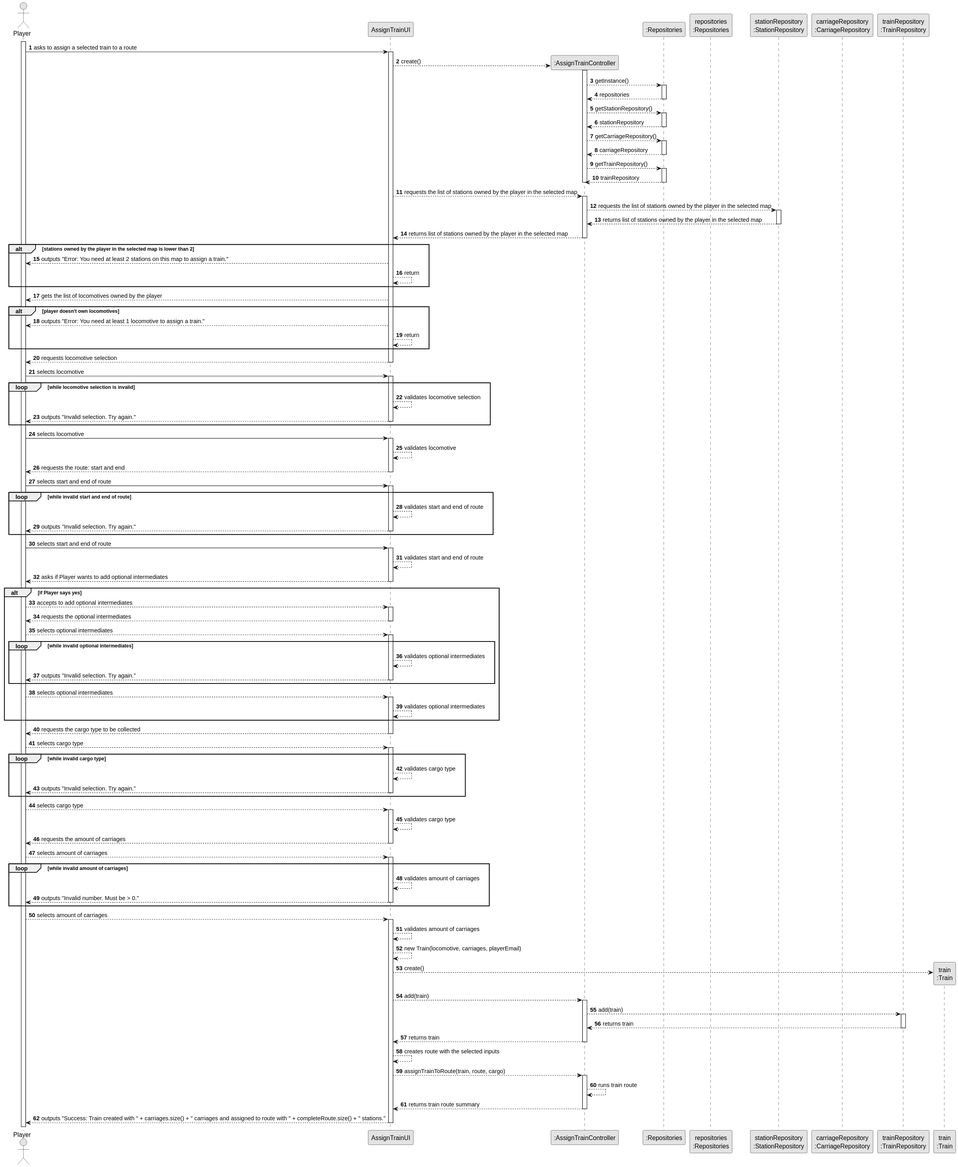
Above: docs/system-documentation/US010/03.design/svg/US010-SD.svg in goncalolopesp/sem2-pi-24.25-g093-repo (PlantUML), before the change.
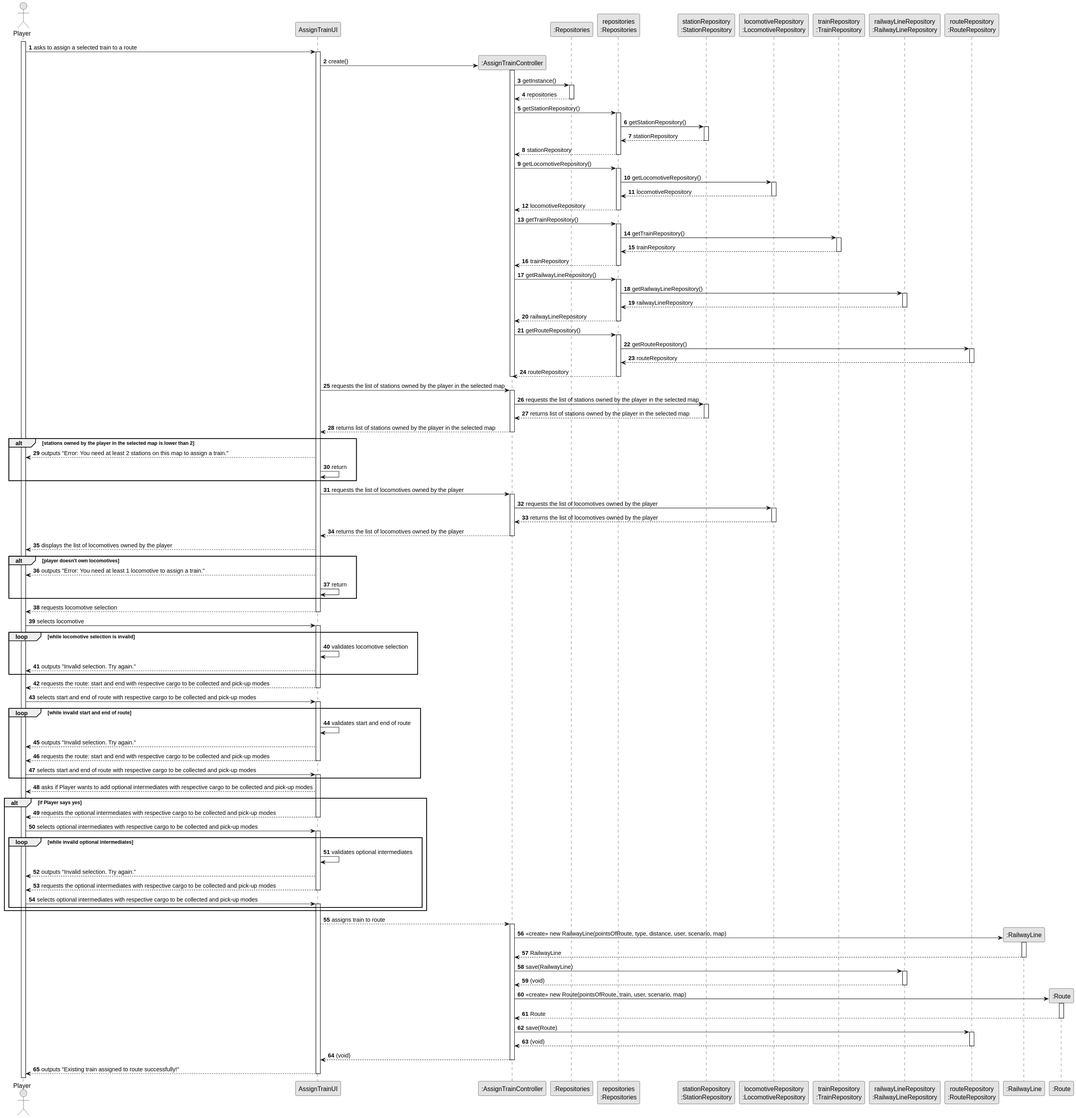
The same diagram one commit later.

Commit message:
US010 (docs) - Updated the full sequence diagram

Diff of the diagram source:
```diff
@@ -18,41 +18,87 @@
 participant ":Repositories" as repositories
 participant "repositories\n:Repositories" as repo
 participant "stationRepository\n:StationRepository" as srepo
-participant "carriageRepository\n:CarriageRepository" as crepo
+participant "locomotiveRepository\n:LocomotiveRepository" as lrepo
 participant "trainRepository\n:TrainRepository" as trepo
+participant "railwayLineRepository\n:RailwayLineRepository" as rlrepo
+participant "routeRepository\n:RouteRepository" as rrepo
+participant ":RailwayLine" as rl
+participant ":Route" as route
 
-atui --> atc : create()
+atui -> atc : create()
 activate atc
 
-atc --> repositories : getInstance()
+atc -> repositories : getInstance()
 activate repositories
 
 repositories --> atc : repositories
 deactivate repositories
 
-atc --> repositories : getStationRepository()
-activate repositories
+atc -> repo : getStationRepository()
+activate repo
 
-repositories --> atc : stationRepository
-deactivate repositories
+repo -> srepo : getStationRepository()
+activate srepo
 
-atc --> repositories : getCarriageRepository()
-activate repositories
+srepo --> repo : stationRepository
+deactivate srepo
 
-repositories --> atc : carriageRepository
-deactivate repositories
+repo --> atc : stationRepository
+deactivate repo
 
-atc --> repositories : getTrainRepository()
-activate repositories
+atc -> repo : getLocomotiveRepository()
+activate repo
 
-repositories --> atc : trainRepository
-deactivate repositories
+repo -> lrepo : getLocomotiveRepository()
+activate lrepo
+
+lrepo --> repo : locomotiveRepository
+deactivate lrepo
+
+repo --> atc : locomotiveRepository
+deactivate repo
+
+atc -> repo : getTrainRepository()
+activate repo
+
+repo -> trepo : getTrainRepository()
+activate trepo
+
+trepo --> repo : trainRepository
+deactivate trepo
+
+repo --> atc : trainRepository
+deactivate repo
+
+atc -> repo : getRailwayLineRepository()
+activate repo
+
+repo -> rlrepo : getRailwayLineRepository()
+activate rlrepo
+
+rlrepo --> repo : railwayLineRepository
+deactivate rlrepo
+
+repo --> atc : railwayLineRepository
+deactivate repo
+
+atc -> repo : getRouteRepository()
+activate repo
+
+repo -> rrepo : getRouteRepository()
+activate rrepo
+
+rrepo --> repo : routeRepository
+deactivate rrepo
+
+repo --> atc : routeRepository
+deactivate repo
 deactivate atc
 
-atui --> atc : requests the list of stations owned by the player in the selected map
+atui -> atc : requests the list of stations owned by the player in the selected map
 activate atc
 
-atc --> srepo : requests the list of stations owned by the player in the selected map
+atc -> srepo : requests the list of stations owned by the player in the selected map
 activate srepo
 
 srepo --> atc : returns list of stations owned by the player in the selected map
@@ -63,14 +109,26 @@
 
 alt stations owned by the player in the selected map is lower than 2
     atui --> Player : outputs "Error: You need at least 2 stations on this map to assign a train."
-    atui --> atui : return
+    atui -> atui : return
 end
 
-atui --> Player : gets the list of locomotives owned by the player
+atui -> atc : requests the list of locomotives owned by the player
+activate atc
+
+atc -> lrepo : requests the list of locomotives owned by the player
+activate lrepo
+
+lrepo --> atc : returns the list of locomotives owned by the player
+deactivate lrepo
+
+atc --> atui : returns the list of locomotives owned by the player
+deactivate atc
+
+atui --> Player : displays the list of locomotives owned by the player
 
 alt player doesn't own locomotives
     atui --> Player : outputs "Error: You need at least 1 locomotive to assign a train."
-    atui --> atui : return
+    atui -> atui : return
 end
 
 atui --> Player : requests locomotive selection
@@ -80,113 +138,77 @@
 activate atui
 
 loop while locomotive selection is invalid
-    atui --> atui : validates locomotive selection
+    atui -> atui : validates locomotive selection
     atui --> Player : outputs "Invalid selection. Try again."
-    deactivate atui
 end
 
-Player -> atui : selects locomotive
-activate atui
-
-atui --> atui : validates locomotive
-atui --> Player : requests the route: start and end
+atui --> Player : requests the route: start and end with respective cargo to be collected and pick-up modes
 deactivate atui
 
-Player -> atui : selects start and end of route
+Player -> atui : selects start and end of route with respective cargo to be collected and pick-up modes
 activate atui
 
 loop while invalid start and end of route
-    atui --> atui : validates start and end of route
+    atui -> atui : validates start and end of route
     atui --> Player : outputs "Invalid selection. Try again."
+    atui --> Player : requests the route: start and end with respective cargo to be collected and pick-up modes
     deactivate atui
+
+    Player -> atui : selects start and end of route with respective cargo to be collected and pick-up modes
+    activate atui
 end
 
-Player -> atui : selects start and end of route
-activate atui
-
-atui --> atui : validates start and end of route
-atui --> Player : asks if Player wants to add optional intermediates
-deactivate atui
+atui --> Player : asks if Player wants to add optional intermediates with respective cargo to be collected and pick-up modes
 
 alt if Player says yes
-    Player --> atui : accepts to add optional intermediates
-    activate atui
 
-    atui --> Player : requests the optional intermediates
+    atui --> Player : requests the optional intermediates with respective cargo to be collected and pick-up modes
     deactivate atui
 
-    Player --> atui : selects optional intermediates
+    Player -> atui : selects optional intermediates with respective cargo to be collected and pick-up modes
     activate atui
 
     loop while invalid optional intermediates
-        atui --> atui : validates optional intermediates
+        atui -> atui : validates optional intermediates
         atui --> Player : outputs "Invalid selection. Try again."
+        atui --> Player : requests the optional intermediates with respective cargo to be collected and pick-up modes
         deactivate atui
+
+        Player -> atui : selects optional intermediates with respective cargo to be collected and pick-up modes
+        activate atui
     end
-
-    Player --> atui : selects optional intermediates
-    activate atui
-
-    atui --> atui : validates optional intermediates
 end
 
-atui --> Player : requests the cargo type to be collected
-deactivate atui
-
-Player --> atui : selects cargo type
-activate atui
-
-loop while invalid cargo type
-    atui --> atui : validates cargo type
-    atui --> Player : outputs "Invalid selection. Try again."
-    deactivate atui
-end
-
-Player --> atui : selects cargo type
-activate atui
-
-atui --> atui : validates cargo type
-atui --> Player : requests the amount of carriages
-deactivate atui
-
-Player --> atui : selects amount of carriages
-activate atui
-
-loop while invalid amount of carriages
-    atui --> atui : validates amount of carriages
-    atui --> Player : outputs "Invalid number. Must be > 0."
-    deactivate atui
-end
-
-Player --> atui : selects amount of carriages
-activate atui
-
-atui --> atui : validates amount of carriages
-atui --> atui : new Train(locomotive, carriages, playerEmail)
-
-create "train\n:Train" as train
-
-atui --> train : create()
-atui --> atc : add(train)
+atui --> atc : assigns train to route
 activate atc
 
-atc --> trepo : add(train)
-activate trepo
+atc -> rl** : <<create>> new RailwayLine(pointsOfRoute, type, distance, user, scenario, map)
+activate rl
 
-trepo --> atc : returns train
-deactivate trepo
+rl --> atc : RailwayLine
+deactivate rl
 
-atc --> atui : returns train
+atc -> rlrepo : save(RailwayLine)
+activate rlrepo
+
+rlrepo --> atc : (void)
+deactivate rlrepo
+
+atc -> route** : <<create>> new Route(pointsOfRoute, train, user, scenario, map)
+activate route
+
+route --> atc : Route
+deactivate route
+
+atc -> rrepo : save(Route)
+activate rrepo
+
+rrepo --> atc : (void)
+deactivate rrepo
+
+atc --> atui : (void)
 deactivate atc
 
-atui --> atui : creates route with the selected inputs
-atui --> atc : assignTrainToRoute(train, route, cargo)
-activate atc
-
-atc --> atc : runs train route
-atc --> atui : returns train route summary
-deactivate atc
-
-atui --> Player : outputs "Success: Train created with " + carriages.size() + " carriages and assigned to route with " + completeRoute.size() + " stations."
+atui --> Player : outputs "Existing train assigned to route successfully!"
 deactivate atui
 @enduml
```
